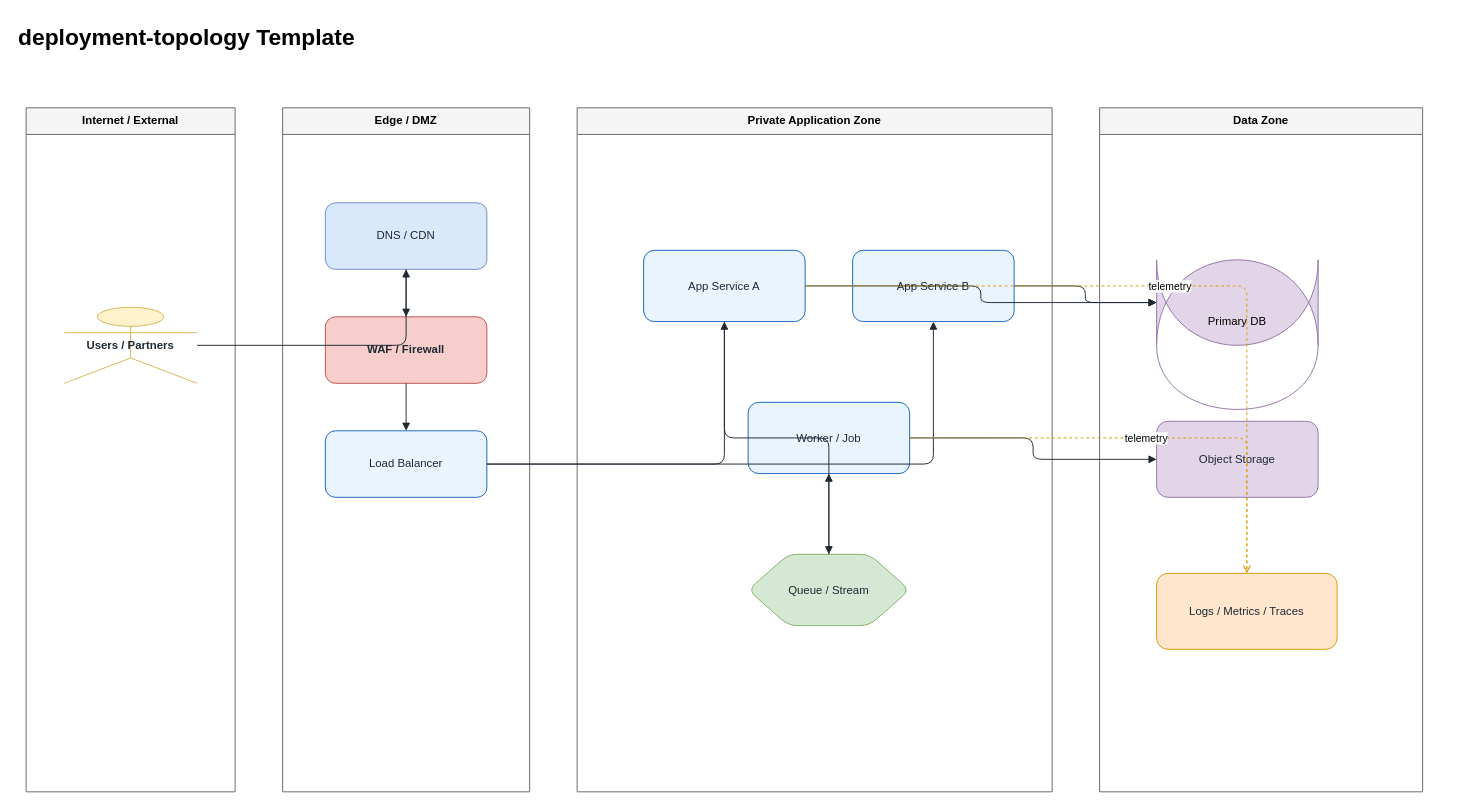
This is examples/software-infra-analytics/deployment-topology.drawio from fjgonzalezmgt/drawingskills, a draw.io file, before an edit. Source tidied: cells renumbered, new cells numbered last; positions are measured from the earlier drawing's top-left corner, leaving out a move shared by most shapes. Both pictures are drawn from the tidied source at 95%, with x=0, y=0 at pixel (16, 16).
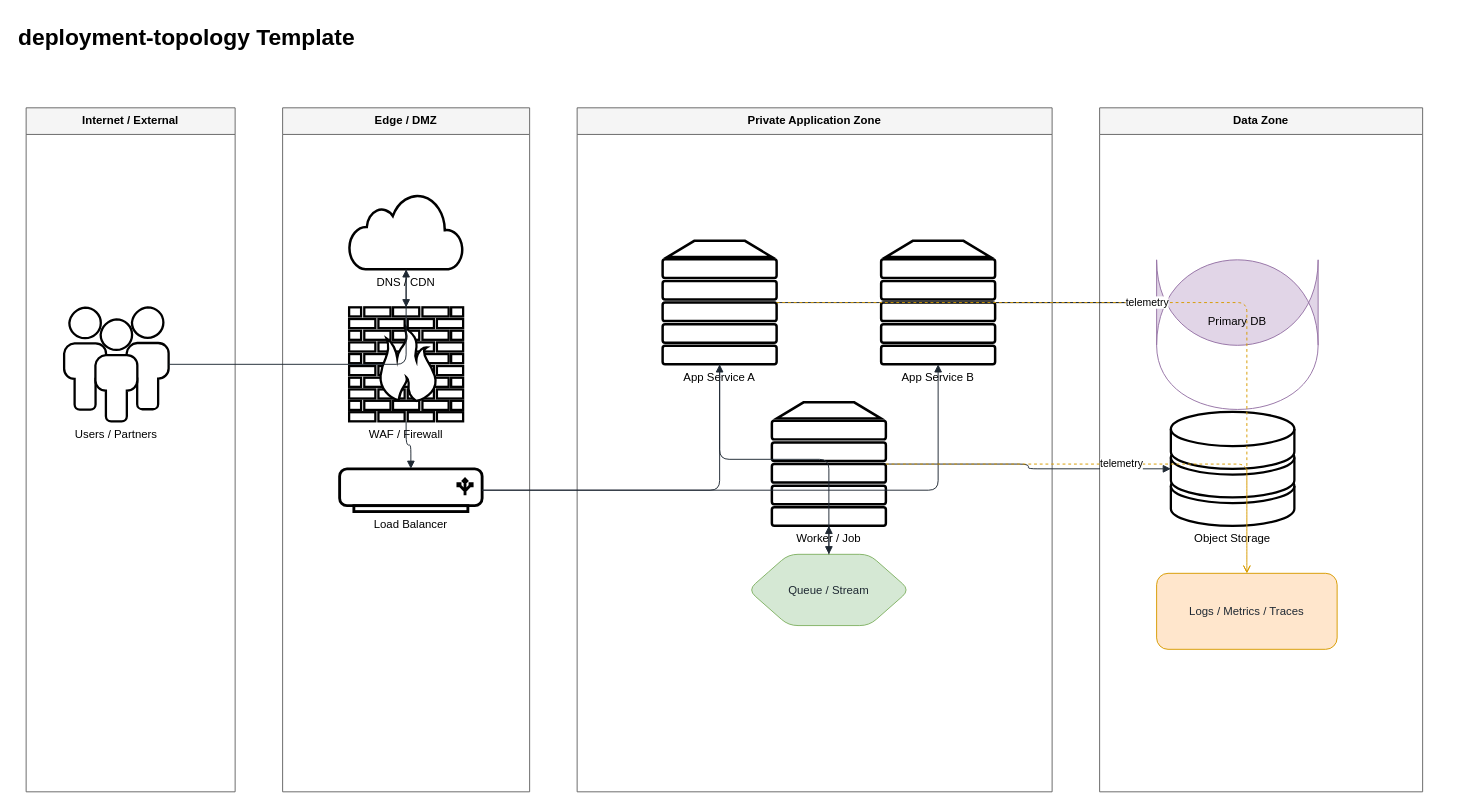
The same page after the edit.

Diff of the diagram source:
```diff
@@
-    <mxCell id="7" value="Users / Partners" style="rounded=1;whiteSpace=wrap;html=1;fillColor=#FFF2CC;strokeColor=#D6B656;fontColor=#1F2933;shape=umlActor;fontStyle=1;" parent="1" vertex="1">
-      <mxGeometry x="50" y="306" width="140" height="80" as="geometry" />
+    <mxCell id="7" value="Users / Partners" style="shape=mxgraph.networks.users;whiteSpace=wrap;html=1;verticalLabelPosition=bottom;verticalAlign=top;align=center;" parent="1" vertex="1">
+      <mxGeometry x="50" y="306" width="110" height="120" as="geometry" />
     </mxCell>
-    <mxCell id="8" value="DNS / CDN" style="rounded=1;whiteSpace=wrap;html=1;fillColor=#DAE8FC;strokeColor=#6C8EBF;fontColor=#1F2933;" parent="1" vertex="1">
-      <mxGeometry x="325" y="196" width="170" height="70" as="geometry" />
+    <mxCell id="8" value="DNS / CDN" style="shape=mxgraph.networks.cloud;whiteSpace=wrap;html=1;verticalLabelPosition=bottom;verticalAlign=top;align=center;" parent="1" vertex="1">
+      <mxGeometry x="350" y="186" width="120" height="80" as="geometry" />
     </mxCell>
-    <mxCell id="9" value="WAF / Firewall" style="rounded=1;whiteSpace=wrap;html=1;fillColor=#F8CECC;strokeColor=#B85450;fontColor=#1F2933;fontStyle=1;" parent="1" vertex="1">
-      <mxGeometry x="325" y="316" width="170" height="70" as="geometry" />
+    <mxCell id="9" value="WAF / Firewall" style="shape=mxgraph.networks.firewall;whiteSpace=wrap;html=1;verticalLabelPosition=bottom;verticalAlign=top;align=center;" parent="1" vertex="1">
+      <mxGeometry x="350" y="306" width="120" height="120" as="geometry" />
     </mxCell>
-    <mxCell id="10" value="Load Balancer" style="rounded=1;whiteSpace=wrap;html=1;fillColor=#EAF4FE;strokeColor=#1565C0;fontColor=#1F2933;" parent="1" vertex="1">
-      <mxGeometry x="325" y="436" width="170" height="70" as="geometry" />
+    <mxCell id="10" value="Load Balancer" style="shape=mxgraph.networks.load_balancer;whiteSpace=wrap;html=1;verticalLabelPosition=bottom;verticalAlign=top;align=center;" parent="1" vertex="1">
+      <mxGeometry x="340" y="476" width="150" height="45" as="geometry" />
     </mxCell>
-    <mxCell id="11" value="App Service A" style="rounded=1;whiteSpace=wrap;html=1;fillColor=#EAF4FE;strokeColor=#1565C0;fontColor=#1F2933;" parent="1" vertex="1">
-      <mxGeometry x="660" y="246" width="170" height="75" as="geometry" />
+    <mxCell id="11" value="App Service A" style="shape=mxgraph.networks.server;whiteSpace=wrap;html=1;verticalLabelPosition=bottom;verticalAlign=top;align=center;" parent="1" vertex="1">
+      <mxGeometry x="680" y="236" width="120" height="130" as="geometry" />
     </mxCell>
-    <mxCell id="12" value="App Service B" style="rounded=1;whiteSpace=wrap;html=1;fillColor=#EAF4FE;strokeColor=#1565C0;fontColor=#1F2933;" parent="1" vertex="1">
-      <mxGeometry x="880" y="246" width="170" height="75" as="geometry" />
+    <mxCell id="12" value="App Service B" style="shape=mxgraph.networks.server;whiteSpace=wrap;html=1;verticalLabelPosition=bottom;verticalAlign=top;align=center;" parent="1" vertex="1">
+      <mxGeometry x="910" y="236" width="120" height="130" as="geometry" />
     </mxCell>
-    <mxCell id="13" value="Worker / Job" style="rounded=1;whiteSpace=wrap;html=1;fillColor=#EAF4FE;strokeColor=#1565C0;fontColor=#1F2933;" parent="1" vertex="1">
-      <mxGeometry x="770" y="406" width="170" height="75" as="geometry" />
+    <mxCell id="13" value="Worker / Job" style="shape=mxgraph.networks.server;whiteSpace=wrap;html=1;verticalLabelPosition=bottom;verticalAlign=top;align=center;" parent="1" vertex="1">
+      <mxGeometry x="795" y="406" width="120" height="130" as="geometry" />
     </mxCell>
@@
-    <mxCell id="16" value="Object Storage" style="rounded=1;whiteSpace=wrap;html=1;fillColor=#E1D5E7;strokeColor=#9673A6;fontColor=#1F2933;" parent="1" vertex="1">
-      <mxGeometry x="1200" y="426" width="170" height="80" as="geometry" />
+    <mxCell id="16" value="Object Storage" style="shape=mxgraph.networks.storage;whiteSpace=wrap;html=1;verticalLabelPosition=bottom;verticalAlign=top;align=center;" parent="1" vertex="1">
+      <mxGeometry x="1215" y="416" width="130" height="120" as="geometry" />
     </mxCell>
```
